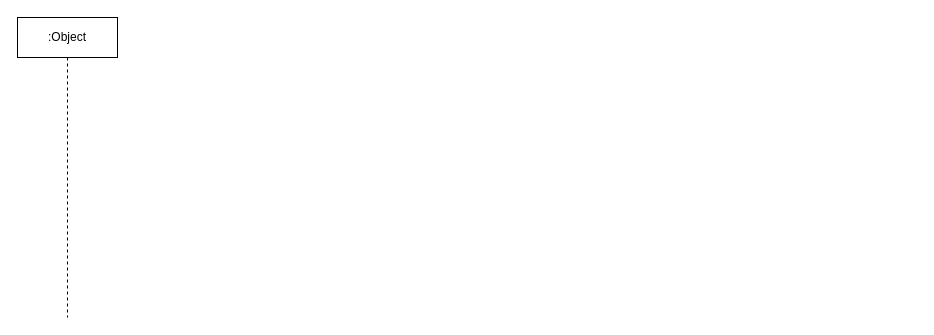
Earlier version of the draw.io diagram LLSI/EWB付款.drawio (0573xieguojia/To-program). Source tidied: cells renumbered, new cells numbered last; positions are measured from the earlier drawing's top-left corner, leaving out a move shared by most shapes. Both pictures are drawn from the tidied source at 100%, with x=0, y=0 at pixel (17, 17).
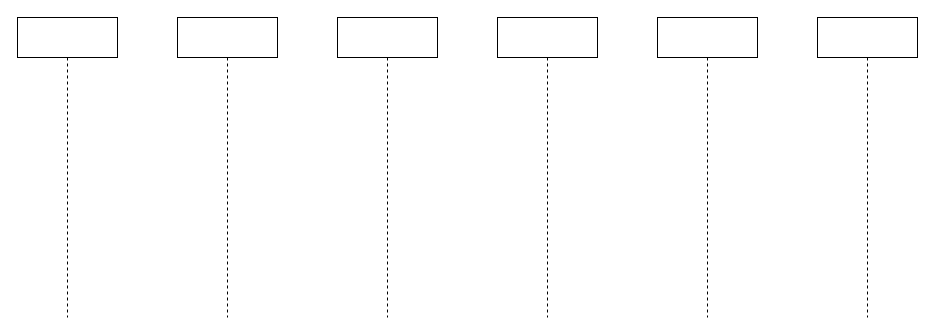
Above is the later version.

Diff of the diagram source:
```diff
@@
 <mxGraphModel>
   <root>
     <mxCell id="0" />
     <mxCell id="1" parent="0" />
-    <mxCell id="2" value=":Object" style="shape=umlLifeline;perimeter=lifelinePerimeter;whiteSpace=wrap;html=1;newEdgeStyle={&quot;edgeStyle&quot;:&quot;elbowEdgeStyle&quot;,&quot;elbow&quot;:&quot;vertical&quot;,&quot;curved&quot;:0,&quot;rounded&quot;:0};" parent="1" vertex="1">
+    <mxCell id="2" style="shape=umlLifeline;perimeter=lifelinePerimeter;whiteSpace=wrap;html=1;newEdgeStyle={&quot;edgeStyle&quot;:&quot;elbowEdgeStyle&quot;,&quot;elbow&quot;:&quot;vertical&quot;,&quot;curved&quot;:0,&quot;rounded&quot;:0};" parent="1" vertex="1">
       <mxGeometry width="100" height="300" as="geometry" />
     </mxCell>
+    <mxCell id="3" style="shape=umlLifeline;perimeter=lifelinePerimeter;whiteSpace=wrap;html=1;newEdgeStyle={&quot;edgeStyle&quot;:&quot;elbowEdgeStyle&quot;,&quot;elbow&quot;:&quot;vertical&quot;,&quot;curved&quot;:0,&quot;rounded&quot;:0};" parent="1" vertex="1">
+      <mxGeometry x="160" width="100" height="300" as="geometry" />
+    </mxCell>
+    <mxCell id="4" style="shape=umlLifeline;perimeter=lifelinePerimeter;whiteSpace=wrap;html=1;newEdgeStyle={&quot;edgeStyle&quot;:&quot;elbowEdgeStyle&quot;,&quot;elbow&quot;:&quot;vertical&quot;,&quot;curved&quot;:0,&quot;rounded&quot;:0};" parent="1" vertex="1">
+      <mxGeometry x="320" width="100" height="300" as="geometry" />
+    </mxCell>
+    <mxCell id="5" style="shape=umlLifeline;perimeter=lifelinePerimeter;whiteSpace=wrap;html=1;newEdgeStyle={&quot;edgeStyle&quot;:&quot;elbowEdgeStyle&quot;,&quot;elbow&quot;:&quot;vertical&quot;,&quot;curved&quot;:0,&quot;rounded&quot;:0};" parent="1" vertex="1">
+      <mxGeometry x="480" width="100" height="300" as="geometry" />
+    </mxCell>
+    <mxCell id="6" style="shape=umlLifeline;perimeter=lifelinePerimeter;whiteSpace=wrap;html=1;newEdgeStyle={&quot;edgeStyle&quot;:&quot;elbowEdgeStyle&quot;,&quot;elbow&quot;:&quot;vertical&quot;,&quot;curved&quot;:0,&quot;rounded&quot;:0};" parent="1" vertex="1">
+      <mxGeometry x="640" width="100" height="300" as="geometry" />
+    </mxCell>
+    <mxCell id="7" style="shape=umlLifeline;perimeter=lifelinePerimeter;whiteSpace=wrap;html=1;newEdgeStyle={&quot;edgeStyle&quot;:&quot;elbowEdgeStyle&quot;,&quot;elbow&quot;:&quot;vertical&quot;,&quot;curved&quot;:0,&quot;rounded&quot;:0};" parent="1" vertex="1">
+      <mxGeometry x="800" width="100" height="300" as="geometry" />
+    </mxCell>
   </root>
 </mxGraphModel>
```
